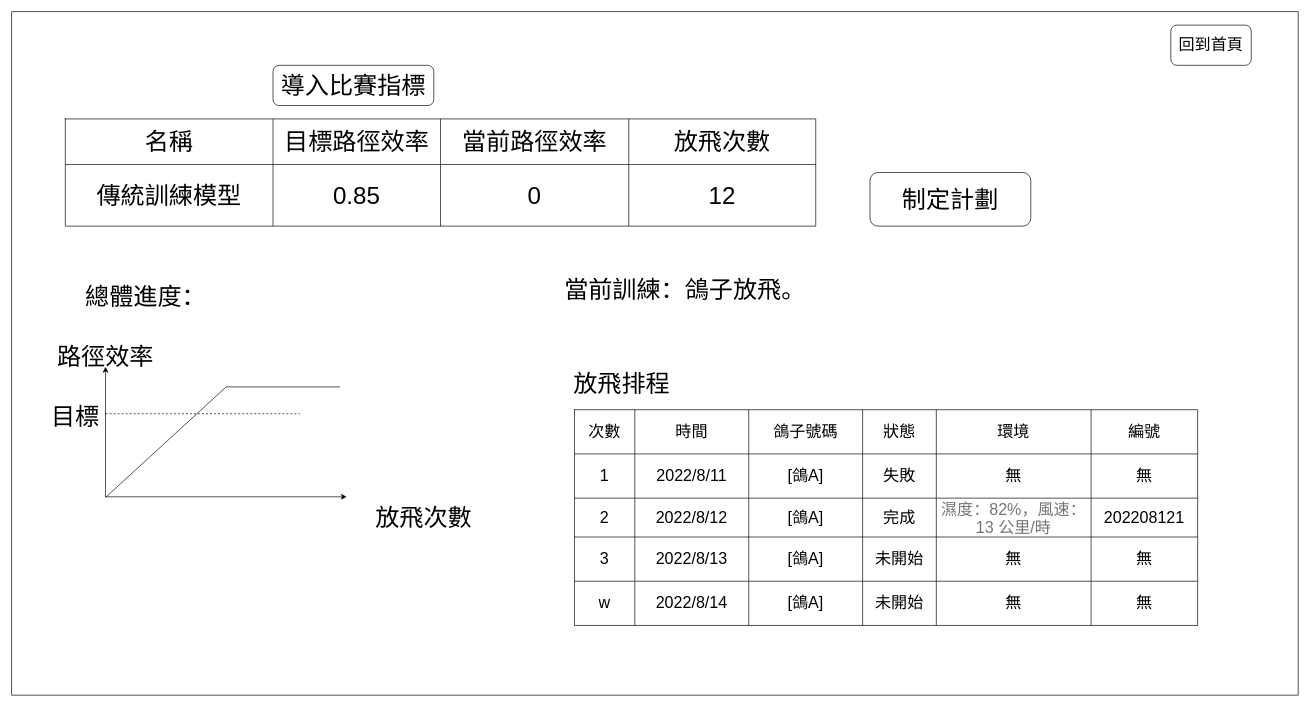
This is page "傳統訓練模型" (3 of 12) of 訓練系統UI設計.drawio from pengzhen80/PigeonRace, a draw.io file, before an edit. Source tidied: cells renumbered, new cells numbered last; positions are measured from the earlier drawing's top-left corner, leaving out a move shared by most shapes. Both pictures are drawn from the tidied source at 67%, with x=0, y=0 at pixel (11, 11).
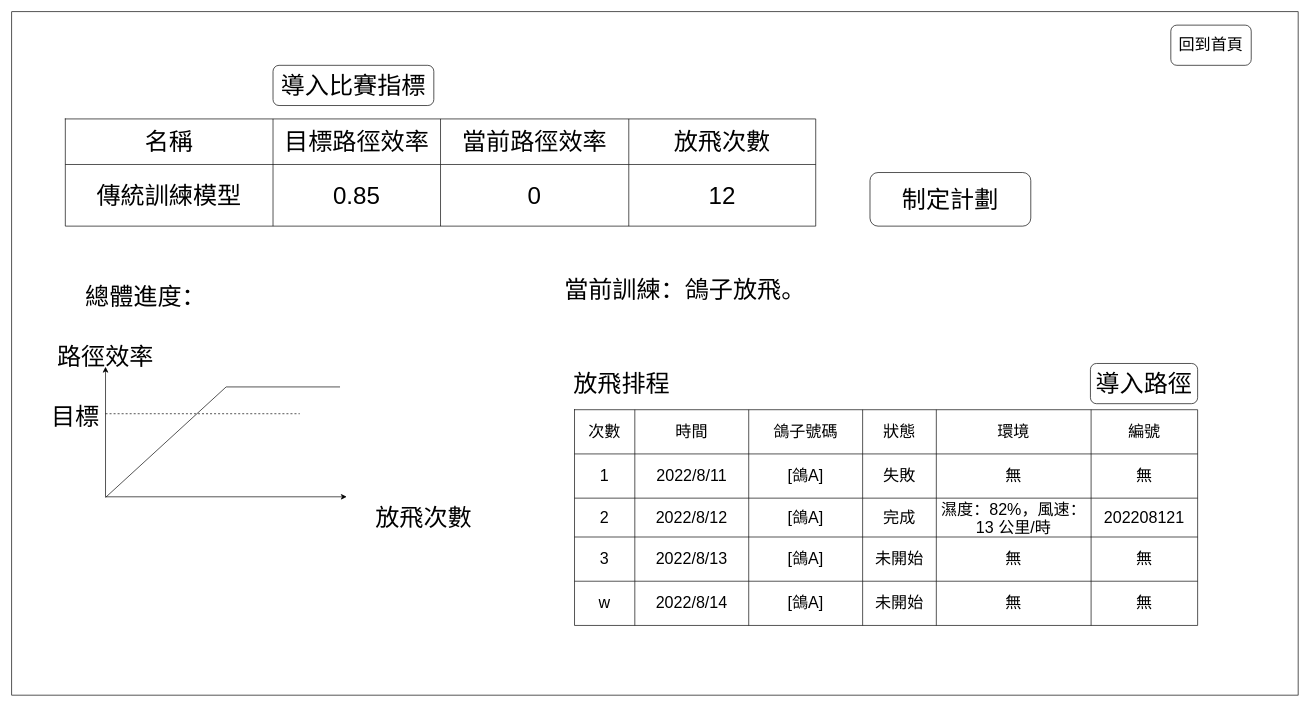
After the change.

Unchanged cells that the change refers to:
```xml
<mxCell id="38" style="shape=tableRow;horizontal=0;startSize=0;swimlaneHead=0;swimlaneBody=0;top=0;left=0;bottom=0;right=0;fillColor=none;fontSize=24;" parent="23" vertex="1">
  <mxGeometry y="132" width="930" height="58" as="geometry" />
</mxCell>
```

The edit, as a diff of the source:
```diff
@@
-    <mxCell id="43" value="&lt;span style=&quot;color: rgb(112, 117, 122); font-family: arial, sans-serif; text-align: start; background-color: rgb(255, 255, 255);&quot;&gt;濕度：&lt;/span&gt;&lt;span style=&quot;color: rgb(112, 117, 122); font-family: arial, sans-serif; text-align: start; background-color: rgb(255, 255, 255);&quot; id=&quot;wob_hm&quot;&gt;82%，&lt;/span&gt;&lt;span style=&quot;color: rgb(112, 117, 122); font-family: arial, sans-serif; text-align: start; background-color: rgb(255, 255, 255);&quot;&gt;風速：&lt;/span&gt;&lt;span style=&quot;color: rgb(112, 117, 122); font-family: arial, sans-serif; text-align: start; background-color: rgb(255, 255, 255);&quot; id=&quot;wob_ws&quot; class=&quot;wob_t&quot;&gt;13 公里/時&lt;/span&gt;" style="shape=partialRectangle;html=1;whiteSpace=wrap;overflow=hidden;fillColor=none;top=0;left=0;bottom=0;right=0;fontSize=24;" parent="38" vertex="1">
+    <mxCell id="43" value="&lt;span style=&quot;font-family: arial, sans-serif; text-align: start; background-color: rgb(255, 255, 255);&quot;&gt;濕度：&lt;/span&gt;&lt;span style=&quot;font-family: arial, sans-serif; text-align: start; background-color: rgb(255, 255, 255);&quot; id=&quot;wob_hm&quot;&gt;82%，&lt;/span&gt;&lt;span style=&quot;font-family: arial, sans-serif; text-align: start; background-color: rgb(255, 255, 255);&quot;&gt;風速：&lt;/span&gt;&lt;span style=&quot;font-family: arial, sans-serif; text-align: start; background-color: rgb(255, 255, 255);&quot; id=&quot;wob_ws&quot; class=&quot;wob_t&quot;&gt;13 公里/時&lt;/span&gt;" style="shape=partialRectangle;html=1;whiteSpace=wrap;overflow=hidden;fillColor=none;top=0;left=0;bottom=0;right=0;fontSize=24;" parent="38" vertex="1">
       <mxGeometry x="540" width="231" height="58" as="geometry" />
     </mxCell>
@@
+    <mxCell id="64" value="導入路徑" style="rounded=1;whiteSpace=wrap;html=1;fontSize=36;fontColor=#000000;" parent="1" vertex="1">
+      <mxGeometry x="1610" y="525" width="160" height="60" as="geometry" />
+    </mxCell>
```
